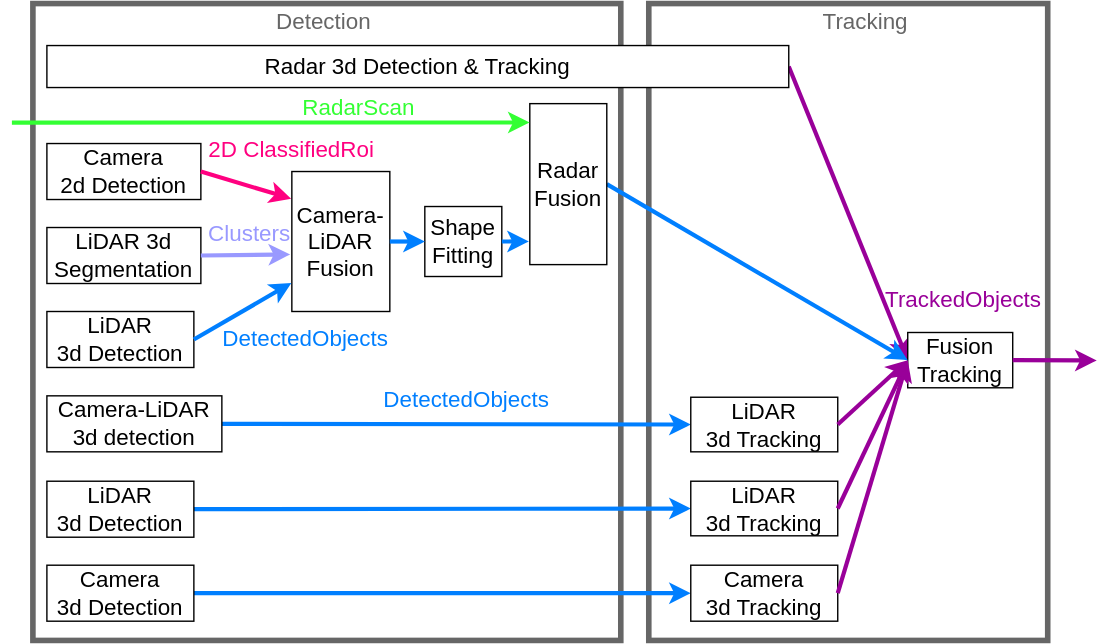
Above: perception/figure/perception_pipeline.drawio.svg in scepter914/autoware-architecture-proposal (draw.io), before the change. Source tidied: cells renumbered, new cells last; positions are measured from the earlier drawing's top-left corner, leaving out a move shared by most shapes.
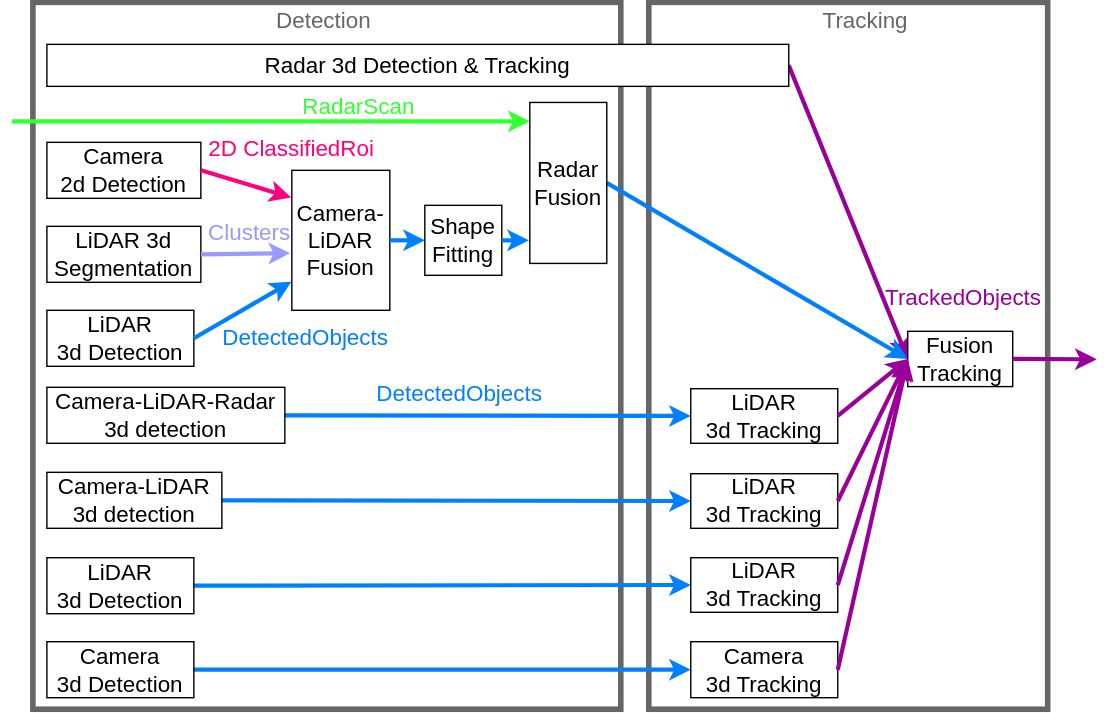
The same file after the commit.

Commit message:
update perception pipeline

Diff of the diagram source:
```diff
@@ -3,13 +3,13 @@
     <mxCell id="0" />
     <mxCell id="1" parent="0" />
     <mxCell id="2" style="rounded=0;whiteSpace=wrap;html=1;fontSize=16;fontColor=#007FFF;strokeColor=#666666;strokeWidth=4;fillColor=none;" parent="1" vertex="1">
-      <mxGeometry x="455" width="285" height="455" as="geometry" />
+      <mxGeometry x="455" width="285" height="505" as="geometry" />
     </mxCell>
     <mxCell id="3" style="endArrow=classic;html=1;exitX=1;exitY=0.5;exitDx=0;exitDy=0;strokeWidth=3;strokeColor=#990099;entryX=0;entryY=0.5;entryDx=0;entryDy=0;" parent="1" edge="1" source="10" target="22">
       <mxGeometry relative="1" as="geometry" />
     </mxCell>
     <mxCell id="4" style="rounded=0;whiteSpace=wrap;html=1;fontSize=16;fontColor=#007FFF;strokeColor=#666666;strokeWidth=4;fillColor=none;" parent="1" vertex="1">
-      <mxGeometry x="15" width="420" height="455" as="geometry" />
+      <mxGeometry x="15" width="420" height="505" as="geometry" />
     </mxCell>
     <mxCell id="5" style="endArrow=classic;html=1;exitX=1;exitY=0.5;exitDx=0;exitDy=0;strokeWidth=3;strokeColor=#007FFF;entryX=0;entryY=0.5;entryDx=0;entryDy=0;" parent="1" edge="1" source="36" target="18">
       <mxGeometry relative="1" as="geometry" />
@@ -48,19 +48,19 @@
       <mxGeometry x="135" y="155" width="70" height="18" as="geometry" />
     </mxCell>
     <mxCell id="17" value="&lt;font style=&quot;font-size: 16px&quot;&gt;LiDAR&lt;br&gt;3d Detection&lt;br&gt;&lt;/font&gt;" style="rounded=0;whiteSpace=wrap;html=1;" parent="1" vertex="1">
-      <mxGeometry x="25" y="341.2" width="105" height="40" as="geometry" />
+      <mxGeometry x="25" y="396.8" width="105" height="40" as="geometry" />
     </mxCell>
     <mxCell id="18" value="&lt;font style=&quot;font-size: 16px&quot;&gt;LiDAR&lt;br&gt;3d Tracking&lt;br&gt;&lt;/font&gt;" style="rounded=0;whiteSpace=wrap;html=1;" parent="1" vertex="1">
-      <mxGeometry x="485" y="281.2" width="105" height="39" as="geometry" />
+      <mxGeometry x="485" y="336.8" width="105" height="39" as="geometry" />
     </mxCell>
     <mxCell id="19" value="&lt;font style=&quot;font-size: 16px&quot;&gt;Camera&lt;br&gt;3d Detection&lt;br&gt;&lt;/font&gt;" style="rounded=0;whiteSpace=wrap;html=1;" parent="1" vertex="1">
-      <mxGeometry x="25" y="401.2" width="105" height="40" as="geometry" />
+      <mxGeometry x="25" y="456.8" width="105" height="40" as="geometry" />
     </mxCell>
     <mxCell id="20" value="&lt;font style=&quot;font-size: 16px&quot;&gt;LiDAR&lt;br&gt;3d Tracking&lt;br&gt;&lt;/font&gt;" style="rounded=0;whiteSpace=wrap;html=1;" parent="1" vertex="1">
-      <mxGeometry x="485" y="341.2" width="105" height="39" as="geometry" />
+      <mxGeometry x="485" y="396.8" width="105" height="39" as="geometry" />
     </mxCell>
     <mxCell id="21" value="&lt;font style=&quot;font-size: 16px&quot;&gt;Camera&lt;br&gt;3d Tracking&lt;br&gt;&lt;/font&gt;" style="rounded=0;whiteSpace=wrap;html=1;" parent="1" vertex="1">
-      <mxGeometry x="485" y="401.2" width="105" height="40" as="geometry" />
+      <mxGeometry x="485" y="456.8" width="105" height="40" as="geometry" />
     </mxCell>
     <mxCell id="22" value="&lt;font style=&quot;font-size: 16px&quot;&gt;Fusion&lt;br&gt;Tracking&lt;br&gt;&lt;/font&gt;" style="rounded=0;whiteSpace=wrap;html=1;" parent="1" vertex="1">
       <mxGeometry x="640" y="235" width="75" height="39.5" as="geometry" />
@@ -108,10 +108,10 @@
       </mxGeometry>
     </mxCell>
     <mxCell id="35" value="&lt;font style=&quot;font-size: 16px&quot;&gt;&lt;font color=&quot;#007fff&quot;&gt;DetectedObjects&lt;/font&gt;&lt;br&gt;&lt;/font&gt;" style="text;html=1;strokeColor=none;fillColor=none;align=center;verticalAlign=middle;whiteSpace=wrap;rounded=0;fontSize=15;" parent="1" vertex="1">
-      <mxGeometry x="290" y="274.5" width="70" height="18" as="geometry" />
+      <mxGeometry x="285" y="270" width="70" height="18" as="geometry" />
     </mxCell>
     <mxCell id="36" value="&lt;font style=&quot;font-size: 16px&quot;&gt;Camera-LiDAR&amp;nbsp;&lt;br&gt;3d detection&lt;br&gt;&lt;/font&gt;" style="rounded=0;whiteSpace=wrap;html=1;" parent="1" vertex="1">
-      <mxGeometry x="25" y="280.2" width="125" height="40" as="geometry" />
+      <mxGeometry x="25" y="335.8" width="125" height="40" as="geometry" />
     </mxCell>
     <mxCell id="37" value="&lt;font style=&quot;font-size: 16px&quot;&gt;LiDAR&lt;br&gt;3d Detection&lt;br&gt;&lt;/font&gt;" style="rounded=0;whiteSpace=wrap;html=1;" parent="1" vertex="1">
       <mxGeometry x="25" y="220" width="105" height="40" as="geometry" />
@@ -125,5 +125,17 @@
     <mxCell id="40" value="&lt;font style=&quot;font-size: 16px&quot;&gt;&lt;font color=&quot;#007fff&quot;&gt;DetectedObjects&lt;/font&gt;&lt;br&gt;&lt;/font&gt;" style="text;html=1;strokeColor=none;fillColor=none;align=center;verticalAlign=middle;whiteSpace=wrap;rounded=0;fontSize=15;" parent="1" vertex="1">
       <mxGeometry x="175" y="230" width="70" height="18" as="geometry" />
     </mxCell>
+    <mxCell id="41" style="endArrow=classic;html=1;exitX=1;exitY=0.5;exitDx=0;exitDy=0;strokeWidth=3;strokeColor=#007FFF;entryX=0;entryY=0.5;entryDx=0;entryDy=0;" parent="1" edge="1" source="43" target="42">
+      <mxGeometry relative="1" as="geometry" />
+    </mxCell>
+    <mxCell id="42" value="&lt;font style=&quot;font-size: 16px&quot;&gt;LiDAR&lt;br&gt;3d Tracking&lt;br&gt;&lt;/font&gt;" style="rounded=0;whiteSpace=wrap;html=1;" parent="1" vertex="1">
+      <mxGeometry x="485" y="276" width="105" height="39" as="geometry" />
+    </mxCell>
+    <mxCell id="43" value="&lt;font style=&quot;font-size: 16px&quot;&gt;Camera-LiDAR-Radar&amp;nbsp;&lt;br&gt;3d detection&lt;br&gt;&lt;/font&gt;" style="rounded=0;whiteSpace=wrap;html=1;" parent="1" vertex="1">
+      <mxGeometry x="25" y="275" width="170" height="40" as="geometry" />
+    </mxCell>
+    <mxCell id="44" style="endArrow=classic;html=1;exitX=1;exitY=0.5;exitDx=0;exitDy=0;strokeWidth=3;strokeColor=#990099;entryX=0;entryY=0.5;entryDx=0;entryDy=0;" parent="1" edge="1" source="42" target="22">
+      <mxGeometry relative="1" as="geometry" />
+    </mxCell>
   </root>
 </mxGraphModel>
```
